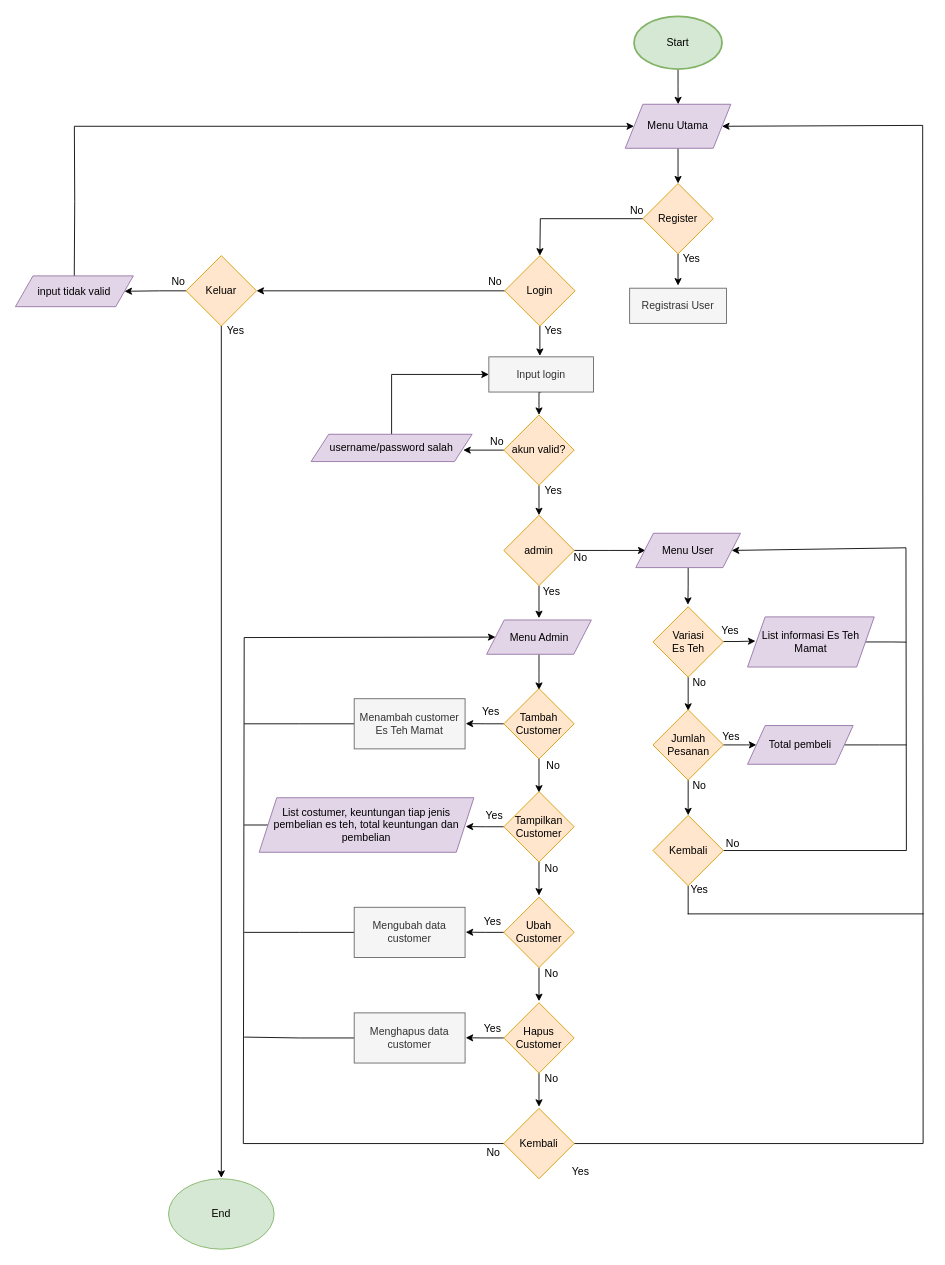
The draw.io diagram Post-Test/Post-Test-5/Untitled Diagram.drawio in ridhoSetia/Praktikum-APD, before the edit. Source tidied: cells renumbered, new cells numbered last; positions are measured from the earlier drawing's top-left corner, leaving out a move shared by most shapes. Both pictures are drawn from the tidied source at 88%, with x=0, y=0 at pixel (15, 16).
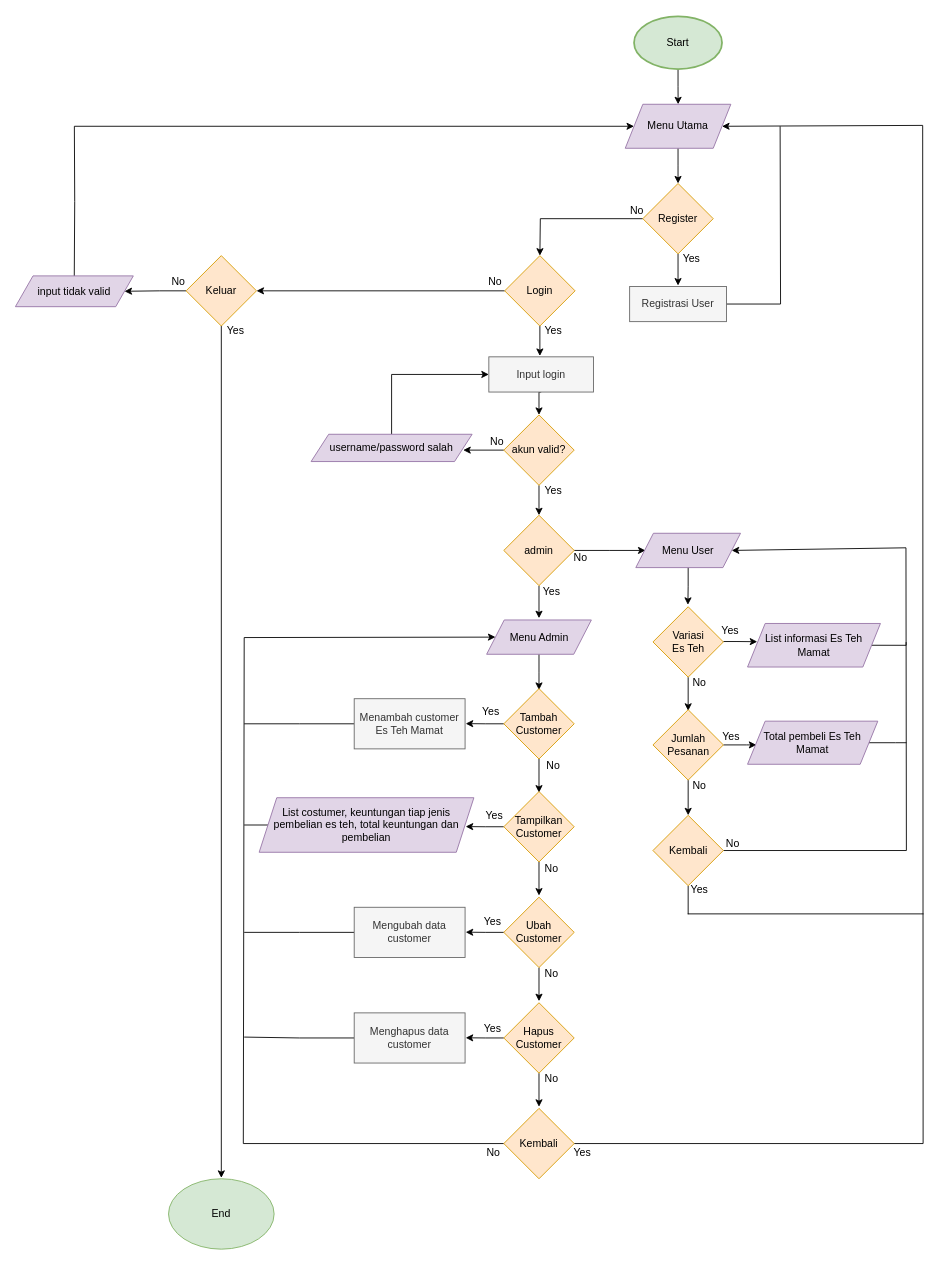
The same page after the edit.

The edit, as a diff of the source:
```diff
@@
+    <mxCell id="101" style="edgeStyle=orthogonalEdgeStyle;rounded=0;jettySize=auto;html=1;exitX=1;exitY=0.5;exitDx=0;exitDy=0;endArrow=none;endFill=0;" parent="1" edge="1" source="9">
+      <mxGeometry relative="1" as="geometry">
+        <mxPoint x="869" y="125" as="targetPoint" />
+      </mxGeometry>
+    </mxCell>
     <mxCell id="9" value="Registrasi User" style="rounded=0;whiteSpace=wrap;html=1;fillColor=#f5f5f5;fontColor=#333333;strokeColor=#666666;" parent="1" vertex="1">
-      <mxGeometry x="698" y="309" width="110" height="40" as="geometry" />
+      <mxGeometry x="698" y="307" width="110" height="40" as="geometry" />
     </mxCell>
@@
     <mxCell id="74" value="Yes" style="text;html=1;align=center;verticalAlign=middle;strokeColor=none;fillColor=none;" parent="1" vertex="1">
-      <mxGeometry x="623" y="1300" width="38" height="26" as="geometry" />
+      <mxGeometry x="625" y="1279" width="38" height="26" as="geometry" />
     </mxCell>
@@
-    <mxCell id="77" style="edgeStyle=orthogonalEdgeStyle;rounded=0;orthogonalLoop=1;jettySize=auto;html=1;exitX=1;exitY=0.5;exitDx=0;exitDy=0;" parent="1" edge="1">
+    <mxCell id="77" style="edgeStyle=orthogonalEdgeStyle;rounded=0;jettySize=auto;html=1;exitX=1;exitY=0.5;exitDx=0;exitDy=0;entryX=0.073;entryY=0.418;entryDx=0;entryDy=0;entryPerimeter=0;" parent="1" edge="1" target="89">
       <mxGeometry relative="1" as="geometry">
         <mxPoint x="804.5" y="710.5" as="sourcePoint" />
-        <mxPoint x="841" y="710" as="targetPoint" />
         <Array as="points">
-          <mxPoint x="820" y="710.5" />
+          <mxPoint x="820" y="711" />
         </Array>
       </mxGeometry>
     </mxCell>
@@
     <mxCell id="89" value="List informasi Es Teh Mamat" style="shape=parallelogram;perimeter=parallelogramPerimeter;whiteSpace=wrap;html=1;fixedSize=1;fillColor=#e1d5e7;strokeColor=#9673a6;" parent="1" vertex="1">
-      <mxGeometry x="832" y="682.5" width="144" height="57" as="geometry" />
+      <mxGeometry x="832" y="690" width="151" height="49.5" as="geometry" />
     </mxCell>
-    <mxCell id="90" style="edgeStyle=orthogonalEdgeStyle;rounded=0;jettySize=auto;html=1;exitX=1;exitY=0.5;exitDx=0;exitDy=0;endArrow=none;endFill=0;" parent="1" edge="1" source="91">
-      <mxGeometry relative="1" as="geometry">
-        <mxPoint x="1012.5" y="828" as="targetPoint" />
-      </mxGeometry>
-    </mxCell>
+    <mxCell id="102" style="edgeStyle=orthogonalEdgeStyle;rounded=0;jettySize=auto;html=1;exitX=1;exitY=0.5;exitDx=0;exitDy=0;endArrow=none;endFill=0;" parent="1" edge="1" source="91">
+      <mxGeometry relative="1" as="geometry">
+        <mxPoint x="1012.6" y="825.5" as="targetPoint" />
+      </mxGeometry>
+    </mxCell>
-    <mxCell id="91" value="Total pembeli" style="shape=parallelogram;perimeter=parallelogramPerimeter;whiteSpace=wrap;html=1;fixedSize=1;fillColor=#e1d5e7;strokeColor=#9673a6;" parent="1" vertex="1">
-      <mxGeometry x="832" y="806" width="120" height="44" as="geometry" />
+    <mxCell id="91" value="Total pembeli Es Teh Mamat" style="shape=parallelogram;perimeter=parallelogramPerimeter;whiteSpace=wrap;html=1;fixedSize=1;fillColor=#e1d5e7;strokeColor=#9673a6;" parent="1" vertex="1">
+      <mxGeometry x="832" y="801" width="148" height="49" as="geometry" />
     </mxCell>
```
